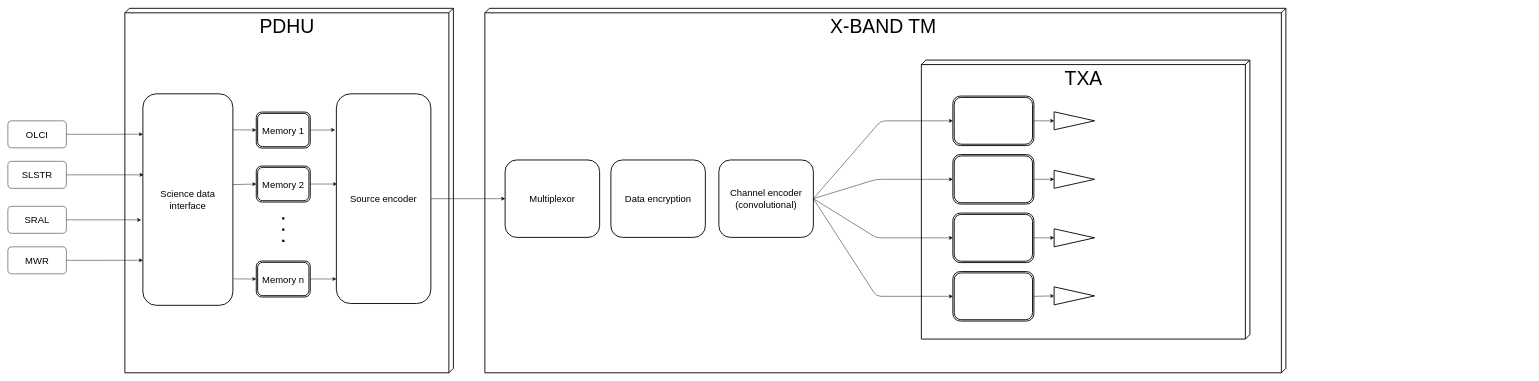
Before: Diagram/Diagrama.drawio in temisAP/Comunicaciones, a draw.io diagram. Source tidied: cells renumbered, new cells numbered last; positions are measured from the earlier drawing's top-left corner, leaving out a move shared by most shapes. Both pictures are drawn from the tidied source at 45%, with x=0, y=0 at pixel (8, 8). Pictures stored in the file or linked from it are replaced by grey dashed boxes.
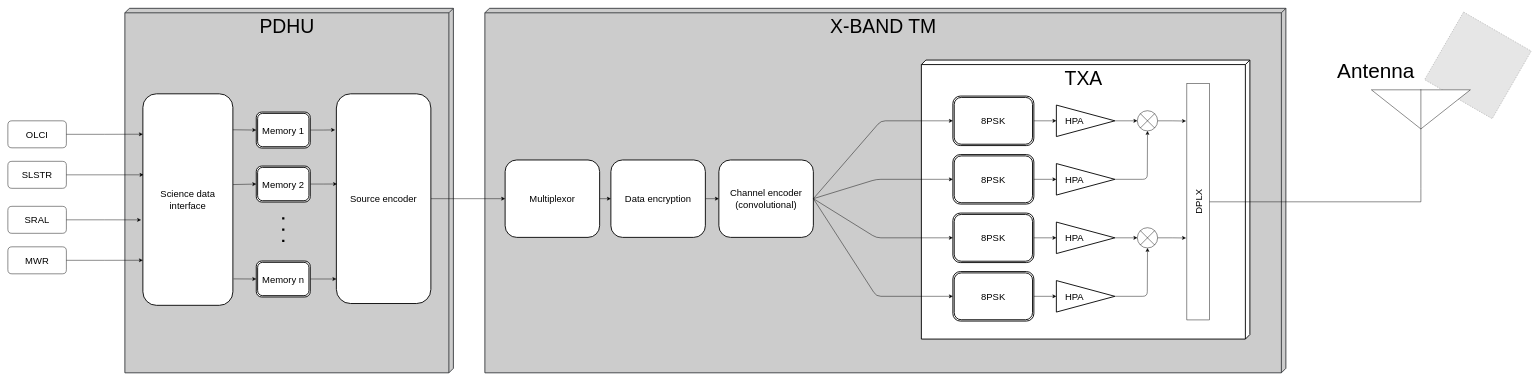
After the change.

Unchanged cells that the change refers to:
```xml
<mxCell id="10" value="Channel encoder (convolutional)" style="rounded=1;whiteSpace=wrap;html=1;strokeWidth=2;fontSize=21;align=center;verticalAlign=middle;" parent="1" vertex="1">
  <mxGeometry x="1580" y="337" width="210" height="172" as="geometry" />
</mxCell>
<mxCell id="30" value="Data encryption" style="rounded=1;whiteSpace=wrap;html=1;strokeWidth=2;fontSize=21;align=center;verticalAlign=middle;" parent="1" vertex="1">
  <mxGeometry x="1340" y="337" width="210" height="172" as="geometry" />
</mxCell>
<mxCell id="31" value="Multiplexor" style="rounded=1;whiteSpace=wrap;html=1;strokeWidth=2;fontSize=21;align=center;verticalAlign=middle;" parent="1" vertex="1">
  <mxGeometry x="1105" y="337" width="210" height="172" as="geometry" />
</mxCell>
```

Diff of the diagram source:
```diff
@@
+    <mxCell id="46" style="fillColor=#E6E6E6;strokeColor=#999999;dashed=1;verticalLabelPosition=bottom;labelBackgroundColor=#ffffff;verticalAlign=top;rotation=30;" parent="1" vertex="1">
+      <mxGeometry x="3180" y="40" width="173.5" height="173.5" as="geometry" />
+    </mxCell>
-    <mxCell id="2" value="X-BAND TM" style="verticalAlign=top;align=center;spacingTop=8;spacingLeft=2;spacingRight=12;shape=cube;size=10;direction=south;fontStyle=0;html=1;strokeWidth=2;fontSize=43;" parent="1" vertex="1">
+    <mxCell id="2" value="X-BAND TM" style="verticalAlign=top;align=center;spacingTop=8;spacingLeft=2;spacingRight=12;shape=cube;size=10;direction=south;fontStyle=0;html=1;strokeWidth=2;fontSize=43;strokeColor=#36393d;fillColor=#CCCCCC;" parent="1" vertex="1">
       <mxGeometry x="1060" width="1780" height="810" as="geometry" />
     </mxCell>
@@
-    <mxCell id="7" value="PDHU" style="verticalAlign=top;align=center;spacingTop=8;spacingLeft=2;spacingRight=12;shape=cube;size=10;direction=south;fontStyle=0;html=1;strokeWidth=2;fontSize=43;" parent="1" vertex="1">
+    <mxCell id="7" value="PDHU" style="verticalAlign=top;align=center;spacingTop=8;spacingLeft=2;spacingRight=12;shape=cube;size=10;direction=south;fontStyle=0;html=1;strokeWidth=2;fontSize=43;strokeColor=#36393d;fillColor=#CCCCCC;" parent="1" vertex="1">
       <mxGeometry x="260" width="730" height="810" as="geometry" />
     </mxCell>
@@
+    <mxCell id="47" style="edgeStyle=orthogonalEdgeStyle;rounded=0;jettySize=auto;html=1;exitX=0;exitY=0.5;exitDx=0;exitDy=0;entryX=1;entryY=0.5;entryDx=0;entryDy=0;endArrow=none;endFill=0;strokeWidth=1;fontSize=46;startArrow=classic;startFill=1;" parent="1" edge="1" source="10" target="30">
+      <mxGeometry relative="1" as="geometry" />
+    </mxCell>
@@
-    <mxCell id="11" style="shape=ext;double=1;rounded=1;whiteSpace=wrap;html=1;strokeWidth=2;fontSize=21;align=center;" parent="1" vertex="1">
+    <mxCell id="11" value="8PSK" style="shape=ext;double=1;rounded=1;whiteSpace=wrap;html=1;strokeWidth=2;fontSize=21;align=center;" parent="1" vertex="1">
       <mxGeometry x="2100" y="195" width="180" height="110" as="geometry" />
     </mxCell>
-    <mxCell id="12" style="shape=ext;double=1;rounded=1;whiteSpace=wrap;html=1;strokeWidth=2;fontSize=21;align=center;" parent="1" vertex="1">
+    <mxCell id="12" value="8PSK" style="shape=ext;double=1;rounded=1;whiteSpace=wrap;html=1;strokeWidth=2;fontSize=21;align=center;" parent="1" vertex="1">
       <mxGeometry x="2100" y="325" width="180" height="110" as="geometry" />
     </mxCell>
-    <mxCell id="13" style="shape=ext;double=1;rounded=1;whiteSpace=wrap;html=1;strokeWidth=2;fontSize=21;align=center;" parent="1" vertex="1">
+    <mxCell id="13" value="8PSK" style="shape=ext;double=1;rounded=1;whiteSpace=wrap;html=1;strokeWidth=2;fontSize=21;align=center;" parent="1" vertex="1">
       <mxGeometry x="2100" y="455" width="180" height="110" as="geometry" />
     </mxCell>
-    <mxCell id="14" style="shape=ext;double=1;rounded=1;whiteSpace=wrap;html=1;strokeWidth=2;fontSize=21;align=center;" parent="1" vertex="1">
+    <mxCell id="14" value="8PSK" style="shape=ext;double=1;rounded=1;whiteSpace=wrap;html=1;strokeWidth=2;fontSize=21;align=center;" parent="1" vertex="1">
       <mxGeometry x="2100" y="585" width="180" height="110" as="geometry" />
     </mxCell>
     <mxCell id="15" style="group;" parent="1" vertex="1">
-      <mxGeometry x="2020" y="220" width="120" height="60" as="geometry" />
+      <mxGeometry x="2020" y="220" width="480" height="65" as="geometry" />
     </mxCell>
-    <mxCell id="16" style="triangle;whiteSpace=wrap;html=1;strokeWidth=2;fontSize=21;align=center;" parent="15" vertex="1">
-      <mxGeometry x="305" y="10" width="90" height="40" as="geometry" />
+    <mxCell id="16" value="&amp;nbsp; &amp;nbsp;HPA" style="triangle;whiteSpace=wrap;html=1;strokeWidth=2;fontSize=21;align=left;" parent="15" vertex="1">
+      <mxGeometry x="310" y="-5" width="130" height="70" as="geometry" />
     </mxCell>
@@
-    <mxCell id="22" style="triangle;whiteSpace=wrap;html=1;strokeWidth=2;fontSize=21;align=center;" parent="1" vertex="1">
-      <mxGeometry x="2325" y="360" width="90" height="40" as="geometry" />
-    </mxCell>
-    <mxCell id="23" style="endArrow=classic;html=1;fontSize=21;exitX=1;exitY=0.5;exitDx=0;exitDy=0;entryX=0;entryY=0.5;entryDx=0;entryDy=0;" parent="1" edge="1" source="12" target="22">
+    <mxCell id="23" style="endArrow=classic;html=1;fontSize=21;exitX=1;exitY=0.5;exitDx=0;exitDy=0;entryX=0;entryY=0.5;entryDx=0;entryDy=0;" parent="1" edge="1" source="12" target="49">
       <mxGeometry relative="1" as="geometry" />
     </mxCell>
-    <mxCell id="24" style="endArrow=classic;html=1;fontSize=21;exitX=1;exitY=0.5;exitDx=0;exitDy=0;entryX=0;entryY=0.5;entryDx=0;entryDy=0;" parent="1" edge="1" source="13" target="25">
+    <mxCell id="24" style="endArrow=classic;html=1;fontSize=21;exitX=1;exitY=0.5;exitDx=0;exitDy=0;entryX=0;entryY=0.5;entryDx=0;entryDy=0;" parent="1" edge="1" source="13" target="50">
       <mxGeometry relative="1" as="geometry" />
     </mxCell>
-    <mxCell id="25" style="triangle;whiteSpace=wrap;html=1;strokeWidth=2;fontSize=21;align=center;" parent="1" vertex="1">
-      <mxGeometry x="2325" y="490" width="90" height="40" as="geometry" />
-    </mxCell>
-    <mxCell id="26" style="triangle;whiteSpace=wrap;html=1;strokeWidth=2;fontSize=21;align=center;" parent="1" vertex="1">
-      <mxGeometry x="2325" y="619" width="90" height="40" as="geometry" />
-    </mxCell>
-    <mxCell id="27" style="endArrow=classic;html=1;fontSize=21;exitX=1;exitY=0.5;exitDx=0;exitDy=0;entryX=0;entryY=0.5;entryDx=0;entryDy=0;" parent="1" edge="1" source="14" target="26">
+    <mxCell id="27" style="endArrow=classic;html=1;fontSize=21;exitX=1;exitY=0.5;exitDx=0;exitDy=0;entryX=0;entryY=0.5;entryDx=0;entryDy=0;" parent="1" edge="1" source="14" target="51">
       <mxGeometry relative="1" as="geometry" />
     </mxCell>
@@
+    <mxCell id="48" style="edgeStyle=orthogonalEdgeStyle;rounded=0;jettySize=auto;html=1;exitX=1;exitY=0.5;exitDx=0;exitDy=0;entryX=0;entryY=0.5;entryDx=0;entryDy=0;endArrow=classic;endFill=1;strokeWidth=1;fontSize=46;" parent="1" edge="1" source="31" target="30">
+      <mxGeometry relative="1" as="geometry" />
+    </mxCell>
@@
+    <mxCell id="49" value="&amp;nbsp; &amp;nbsp;HPA" style="triangle;whiteSpace=wrap;html=1;strokeWidth=2;fontSize=21;align=left;" parent="1" vertex="1">
+      <mxGeometry x="2330" y="345" width="130" height="70" as="geometry" />
+    </mxCell>
+    <mxCell id="50" value="&amp;nbsp; &amp;nbsp;HPA" style="triangle;whiteSpace=wrap;html=1;strokeWidth=2;fontSize=21;align=left;" parent="1" vertex="1">
+      <mxGeometry x="2330" y="475" width="130" height="70" as="geometry" />
+    </mxCell>
+    <mxCell id="51" value="&amp;nbsp; &amp;nbsp;HPA" style="triangle;whiteSpace=wrap;html=1;strokeWidth=2;fontSize=21;align=left;" parent="1" vertex="1">
+      <mxGeometry x="2330" y="605" width="130" height="70" as="geometry" />
+    </mxCell>
+    <mxCell id="52" style="edgeStyle=orthogonalEdgeStyle;rounded=0;jettySize=auto;html=1;entryX=0.842;entryY=-0.038;entryDx=0;entryDy=0;entryPerimeter=0;endArrow=classic;endFill=1;strokeWidth=1;fontSize=21;" parent="1" edge="1" source="53" target="61">
+      <mxGeometry relative="1" as="geometry" />
+    </mxCell>
+    <mxCell id="53" style="shape=sumEllipse;perimeter=ellipsePerimeter;whiteSpace=wrap;html=1;backgroundOutline=1;strokeWidth=1;fontSize=21;align=center;" parent="1" vertex="1">
+      <mxGeometry x="2510" y="227.5" width="45" height="45" as="geometry" />
+    </mxCell>
+    <mxCell id="54" style="edgeStyle=orthogonalEdgeStyle;rounded=0;jettySize=auto;html=1;entryX=0.347;entryY=-0.038;entryDx=0;entryDy=0;entryPerimeter=0;endArrow=classic;endFill=1;strokeWidth=1;fontSize=21;" parent="1" edge="1" source="55" target="61">
+      <mxGeometry relative="1" as="geometry" />
+    </mxCell>
+    <mxCell id="55" style="shape=sumEllipse;perimeter=ellipsePerimeter;whiteSpace=wrap;html=1;backgroundOutline=1;strokeWidth=1;fontSize=21;align=center;" parent="1" vertex="1">
+      <mxGeometry x="2510" y="487.5" width="45" height="45" as="geometry" />
+    </mxCell>
+    <mxCell id="56" style="endArrow=classic;html=1;strokeWidth=1;fontSize=21;exitX=1;exitY=0.5;exitDx=0;exitDy=0;entryX=0;entryY=0.5;entryDx=0;entryDy=0;endFill=1;" parent="1" edge="1" source="16" target="53">
+      <mxGeometry relative="1" as="geometry" />
+    </mxCell>
+    <mxCell id="57" style="endArrow=classic;html=1;strokeWidth=1;fontSize=21;exitX=1;exitY=0.5;exitDx=0;exitDy=0;entryX=0.5;entryY=1;entryDx=0;entryDy=0;endFill=1;" parent="1" edge="1" source="49" target="53">
+      <mxGeometry relative="1" as="geometry">
+        <Array as="points">
+          <mxPoint x="2532" y="380" />
+        </Array>
+      </mxGeometry>
+    </mxCell>
+    <mxCell id="58" style="endArrow=classic;html=1;strokeWidth=1;fontSize=21;exitX=1;exitY=0.5;exitDx=0;exitDy=0;entryX=0;entryY=0.5;entryDx=0;entryDy=0;endFill=1;" parent="1" edge="1" source="50" target="55">
+      <mxGeometry relative="1" as="geometry" />
+    </mxCell>
+    <mxCell id="59" style="endArrow=classic;html=1;strokeWidth=1;fontSize=21;exitX=1;exitY=0.5;exitDx=0;exitDy=0;entryX=0.5;entryY=1;entryDx=0;entryDy=0;" parent="1" edge="1" source="51" target="55">
+      <mxGeometry relative="1" as="geometry">
+        <Array as="points">
+          <mxPoint x="2532" y="640" />
+        </Array>
+      </mxGeometry>
+    </mxCell>
+    <mxCell id="60" style="edgeStyle=orthogonalEdgeStyle;rounded=0;jettySize=auto;html=1;entryX=0.5;entryY=1;entryDx=0;entryDy=0;entryPerimeter=0;endArrow=none;endFill=0;strokeWidth=1;fontSize=21;" parent="1" edge="1" source="61" target="62">
+      <mxGeometry relative="1" as="geometry" />
+    </mxCell>
+    <mxCell id="61" value="DPLX" style="rounded=0;whiteSpace=wrap;html=1;strokeWidth=1;fontSize=21;align=center;rotation=-90;" parent="1" vertex="1">
+      <mxGeometry x="2382.5" y="405" width="525" height="50" as="geometry" />
+    </mxCell>
+    <mxCell id="62" style="verticalLabelPosition=bottom;shadow=0;dashed=0;align=center;html=1;verticalAlign=top;shape=mxgraph.electrical.radio.aerial_-_antenna_2;strokeWidth=1;fontSize=21;" parent="1" vertex="1">
+      <mxGeometry x="3030" y="180" width="220" height="220" as="geometry" />
+    </mxCell>
+    <mxCell id="63" value="Antenna" style="text;html=1;strokeColor=none;fillColor=none;align=center;verticalAlign=middle;whiteSpace=wrap;rounded=0;fontSize=46;" parent="1" vertex="1">
+      <mxGeometry x="3020" y="130" width="40" height="20" as="geometry" />
+    </mxCell>
```
